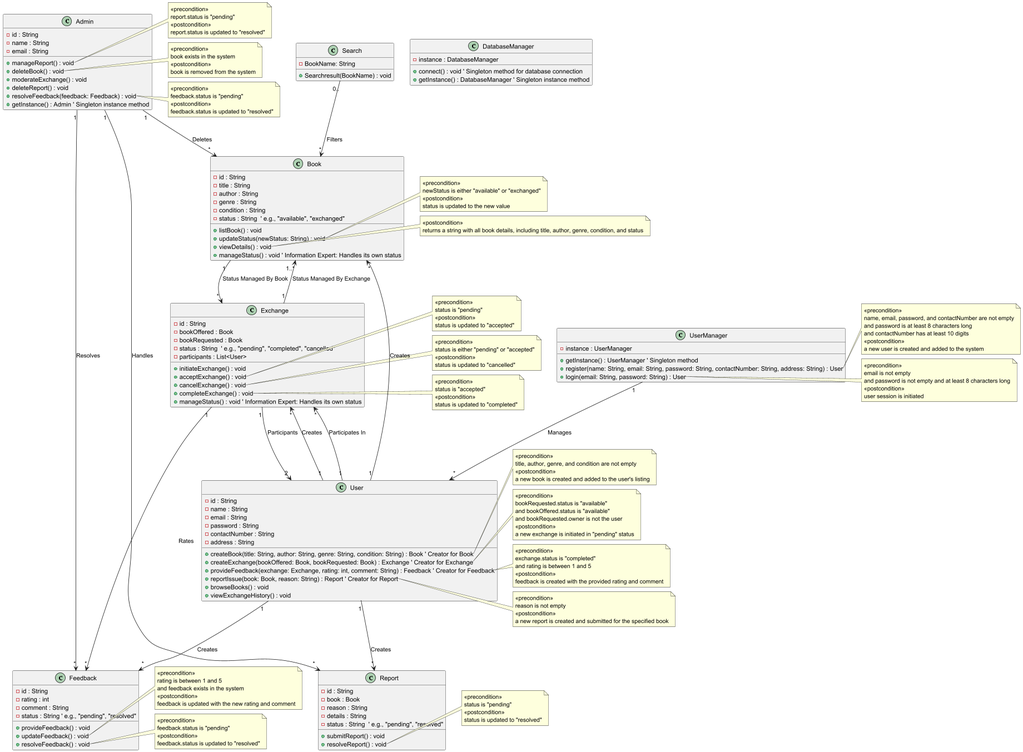
The PlantUML diagram class_diagrams/Class_Diagram_Final_version.png in Kareemaadel/BookX, before a commit. Source of this version:
```plantuml
@startuml

class Admin {
    - id : String
    - name : String
    - email : String
    + manageReport() : void
    + deleteBook() : void
    + moderateExchange() : void
    + deleteReport() : void
    + resolveFeedback(feedback: Feedback) : void
    + getInstance() : Admin ' Singleton instance method
}

note right of Admin::manageReport
<<precondition>>
report.status is "pending"
<<postcondition>>
report.status is updated to "resolved"
end note

note right of Admin::deleteBook
<<precondition>>
user exists in the system
and user is not an admin
<<postcondition>>
user is removed from the system
end note

note right of Admin::deleteBook
<<precondition>>
book exists in the system
<<postcondition>>
book is removed from the system
end note

note right of Admin::resolveFeedback
<<precondition>>
feedback.status is "pending"
<<postcondition>>
feedback.status is updated to "resolved"
end note

class DatabaseManager {
    - instance : DatabaseManager
    + connect() : void ' Singleton method for database connection
    + getInstance() : DatabaseManager ' Singleton instance method
}

class UserManager {
    - instance : UserManager
    + getInstance() : UserManager ' Singleton method
    + register(name: String, email: String, password: String, contactNumber: String, address: String) : User
    + login(email: String, password: String) : User
}

class Search {
    - BookName: String
    + Searchresult(BookName) : void

}

note right of UserManager::register
<<precondition>>
name, email, password, and contactNumber are not empty
and password is at least 8 characters long
and contactNumber has at least 10 digits
<<postcondition>>
a new user is created and added to the system
end note

note right of UserManager::login
<<precondition>>
email is not empty
and password is not empty and at least 8 characters long
<<postcondition>>
user session is initiated
end note

class User {
    - id : String
    - name : String
    - email : String
    - password : String
    - contactNumber : String
    - address : String
    + createBook(title: String, author: String, genre: String, condition: String) : Book ' Creator for Book
    + createExchange(bookOffered: Book, bookRequested: Book) : Exchange ' Creator for Exchange
    + provideFeedback(exchange: Exchange, rating: int, comment: String) : Feedback ' Creator for Feedback
    + reportIssue(book: Book, reason: String) : Report ' Creator for Report
    + browseBooks() : void
    + viewExchangeHistory() : void
}

note right of User::createBook
<<precondition>>
title, author, genre, and condition are not empty
<<postcondition>>
a new book is created and added to the user's listing
end note

note right of User::createExchange
<<precondition>>
bookRequested.status is "available"
and bookOffered.status is "available"
and bookRequested.owner is not the user
<<postcondition>>
a new exchange is initiated in "pending" status
end note

note right of User::provideFeedback
<<precondition>>
exchange.status is "completed"
and rating is between 1 and 5
<<postcondition>>
feedback is created with the provided rating and comment
end note

note right of User::reportIssue
<<precondition>>
reason is not empty
<<postcondition>>
a new report is created and submitted for the specified book
end note

class Book {
    - id : String
    - title : String
    - author : String
    - genre : String
    - condition : String
    - status : String  ' e.g., "available", "exchanged"
    + listBook() : void
    + updateStatus(newStatus: String) : void
    + viewDetails() : void
    + manageStatus() : void ' Information Expert: Handles its own status
}

note right of Book::updateStatus
<<precondition>>
newStatus is either "available" or "exchanged"
<<postcondition>>
status is updated to the new value
end note

note right of Book::viewDetails
<<postcondition>>
returns a string with all book details, including title, author, genre, condition, and status
end note

class Exchange {
    - id : String
    - bookOffered : Book
    - bookRequested : Book
    - status : String  ' e.g., "pending", "completed", "cancelled"
    - participants : List<User>
    + initiateExchange() : void
    + acceptExchange() : void
    + cancelExchange() : void
    + completeExchange() : void
    + manageStatus() : void ' Information Expert: Handles its own status
}

note right of Exchange::acceptExchange
<<precondition>>
status is "pending"
<<postcondition>>
status is updated to "accepted"
end note

note right of Exchange::cancelExchange
<<precondition>>
status is either "pending" or "accepted"
<<postcondition>>
status is updated to "cancelled"
end note

note right of Exchange::completeExchange
<<precondition>>
status is "accepted"
<<postcondition>>
status is updated to "completed"
end note

class Feedback {
    - id : String
    - rating : int
    - comment : String
    - status : String ' e.g., "pending", "resolved"
    + provideFeedback() : void
    + updateFeedback() : void
    + resolveFeedback() : void
}

note right of Feedback::updateFeedback
<<precondition>>
rating is between 1 and 5
and feedback exists in the system
<<postcondition>>
feedback is updated with the new rating and comment
end note

note right of Feedback::resolveFeedback
<<precondition>>
feedback.status is "pending"
<<postcondition>>
feedback.status is updated to "resolved"
end note

class Report {
    - id : String
    - book : Book
    - reason : String
    - details : String
    - status : String  ' e.g., "pending", "resolved"
    + submitReport() : void
    + resolveReport() : void
}

note right of Report::resolveReport
<<precondition>>
status is "pending"
<<postcondition>>
status is updated to "resolved"
end note

UserManager "1" --> "*" User : Manages
Admin "1" --> "*" Report : Handles
Admin "1" --> "*" Book : Deletes
Admin "1" --> "*" Feedback : Resolves

User "1" --> "*" Book : Creates
User "1" --> "*" Exchange : Creates
User "1" --> "*" Feedback : Creates
User "1" --> "*" Report : Creates

Book "1" --> "*" Exchange : Status Managed By Book
Exchange "1" --> "1..*" Book : Status Managed By Exchange
Exchange "1" --> "*" Feedback : Rates

Search "0.." --> "*" Book : Filters

User "1" --> "*" Exchange : Participates In


Exchange "1" --> "2" User : Participants
@enduml
```
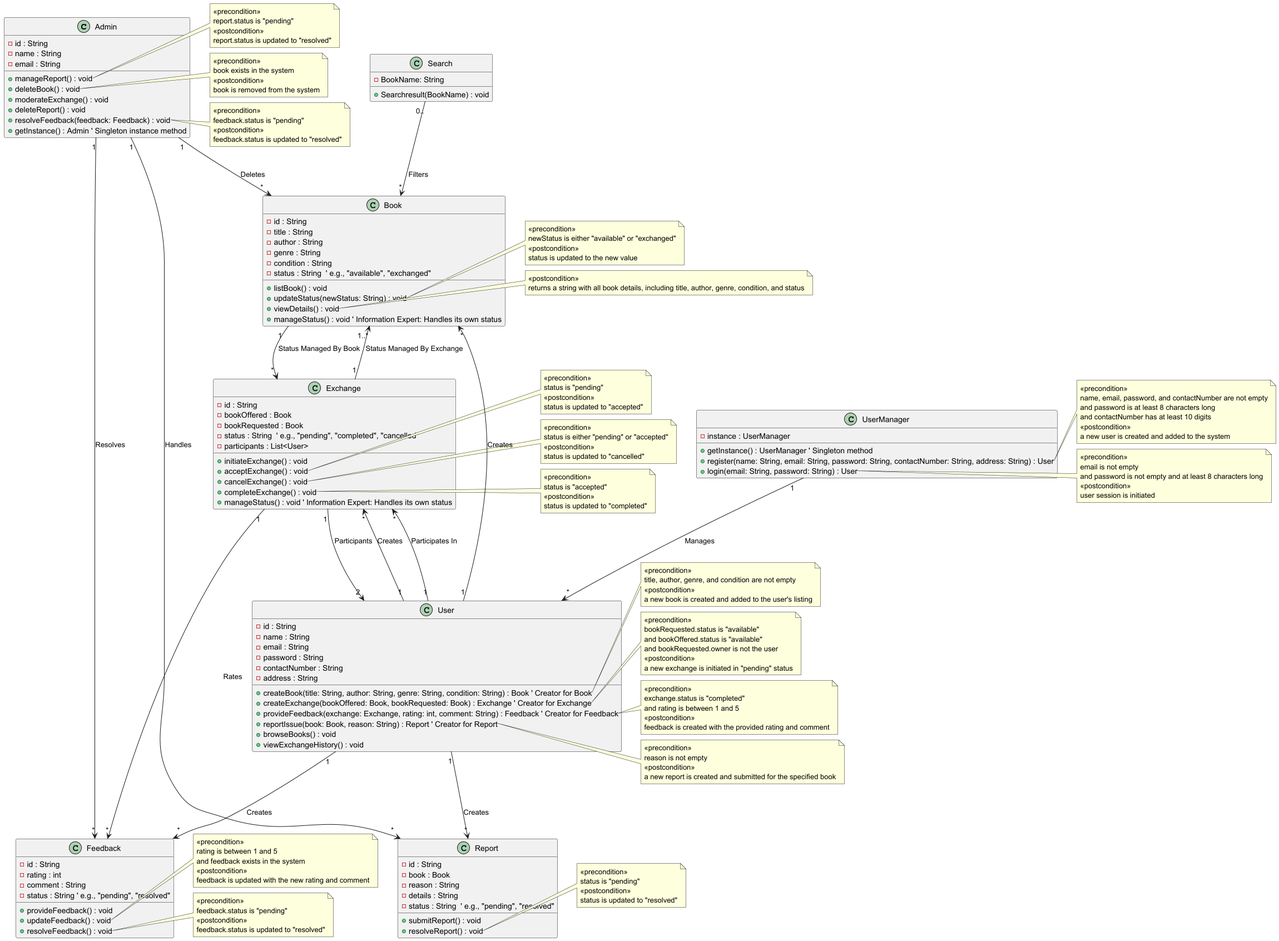
Above is the later version.

What changed in the source:
```diff
@@ -41,11 +41,6 @@
 feedback.status is updated to "resolved"
 end note
 
-class DatabaseManager {
-    - instance : DatabaseManager
-    + connect() : void ' Singleton method for database connection
-    + getInstance() : DatabaseManager ' Singleton instance method
-}
 
 class UserManager {
     - instance : UserManager
```
